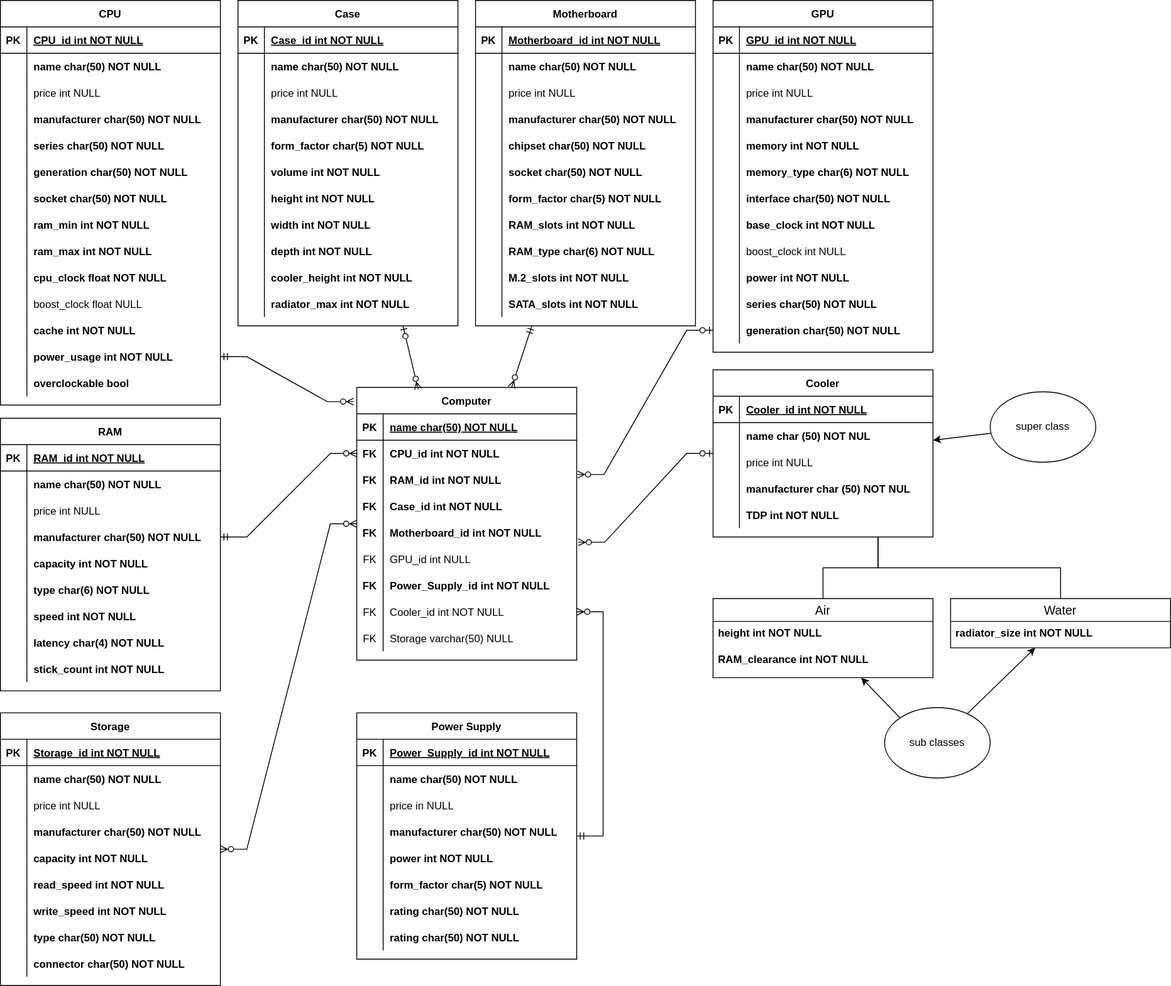
This is diagram/schema.svg from JLukasSamby/pa2_1dv503, a draw.io export, as it was before one commit. Source tidied: cells renumbered, new cells last; positions are measured from the earlier drawing's top-left corner, leaving out a move shared by most shapes.
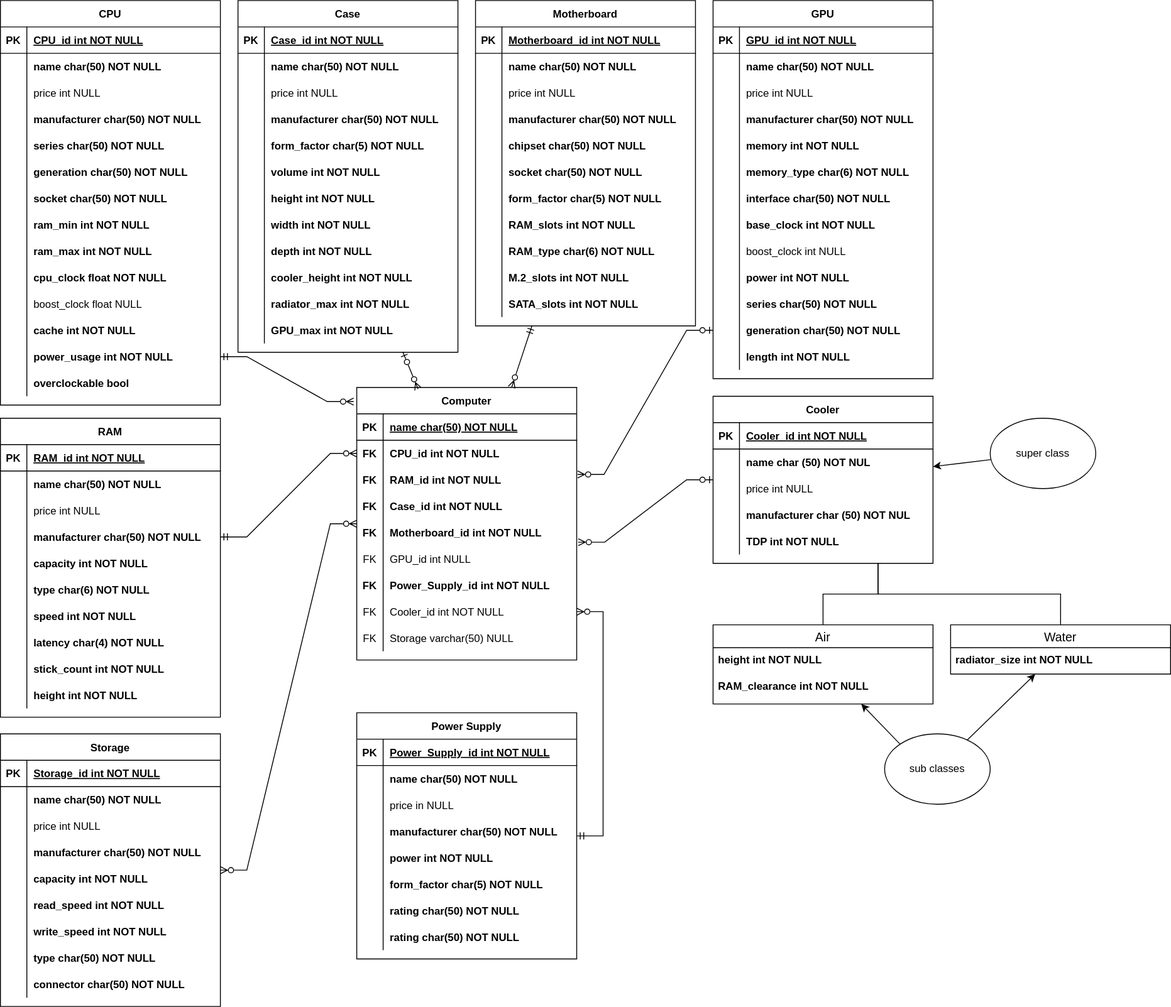
The same diagram one commit later.

Diff of the diagram source:
```diff
@@ -132,7 +132,7 @@
       <mxGeometry x="30" width="220" height="30" as="geometry" />
     </mxCell>
     <mxCell id="45" value="RAM" style="shape=table;startSize=30;rowLines=0;fontStyle=1;align=center;" parent="1" vertex="1">
-      <mxGeometry y="475" width="250" height="310" as="geometry" />
+      <mxGeometry y="475" width="250" height="340" as="geometry" />
     </mxCell>
     <mxCell id="46" style="shape=tableRow;horizontal=0;startSize=0;swimlaneHead=0;swimlaneBody=0;fillColor=none;top=0;left=0;right=0;bottom=1;" parent="45" vertex="1">
       <mxGeometry y="30" width="250" height="30" as="geometry" />
@@ -215,6 +215,15 @@
     <mxCell id="72" value="stick_count int NOT NULL" style="shape=partialRectangle;fillColor=none;top=0;left=0;bottom=0;right=0;align=left;spacingLeft=6;overflow=hidden;fontStyle=1;" parent="70" vertex="1">
       <mxGeometry x="30" width="220" height="30" as="geometry" />
     </mxCell>
+    <mxCell id="295" style="shape=tableRow;horizontal=0;startSize=0;swimlaneHead=0;swimlaneBody=0;fillColor=none;top=0;left=0;right=0;bottom=0;" parent="45" vertex="1">
+      <mxGeometry y="300" width="250" height="30" as="geometry" />
+    </mxCell>
+    <mxCell id="296" style="shape=partialRectangle;fillColor=none;top=0;left=0;bottom=0;right=0;overflow=hidden;" parent="295" vertex="1">
+      <mxGeometry width="30" height="30" as="geometry" />
+    </mxCell>
+    <mxCell id="297" value="height int NOT NULL" style="shape=partialRectangle;fillColor=none;top=0;left=0;bottom=0;right=0;align=left;spacingLeft=6;overflow=hidden;fontStyle=1;" parent="295" vertex="1">
+      <mxGeometry x="30" width="220" height="30" as="geometry" />
+    </mxCell>
     <mxCell id="73" value="Motherboard" style="shape=table;startSize=30;rowLines=0;fontStyle=1;align=center;" parent="1" vertex="1">
       <mxGeometry x="540" width="250" height="370" as="geometry" />
     </mxCell>
@@ -318,7 +327,7 @@
       <mxGeometry x="30" width="220" height="30" as="geometry" />
     </mxCell>
     <mxCell id="107" value="Case" style="shape=table;startSize=30;rowLines=0;fontStyle=1;align=center;" parent="1" vertex="1">
-      <mxGeometry x="270" width="250" height="370" as="geometry" />
+      <mxGeometry x="270" width="250" height="400" as="geometry" />
     </mxCell>
     <mxCell id="108" style="shape=tableRow;horizontal=0;startSize=0;swimlaneHead=0;swimlaneBody=0;fillColor=none;top=0;left=0;right=0;bottom=1;" parent="107" vertex="1">
       <mxGeometry y="30" width="250" height="30" as="geometry" />
@@ -419,6 +428,15 @@
     <mxCell id="140" value="radiator_max int NOT NULL" style="shape=partialRectangle;fillColor=none;top=0;left=0;bottom=0;right=0;align=left;spacingLeft=6;overflow=hidden;fontStyle=1;" parent="138" vertex="1">
       <mxGeometry x="30" width="220" height="30" as="geometry" />
     </mxCell>
+    <mxCell id="298" style="shape=tableRow;horizontal=0;startSize=0;swimlaneHead=0;swimlaneBody=0;fillColor=none;top=0;left=0;right=0;bottom=0;" parent="107" vertex="1">
+      <mxGeometry y="360" width="250" height="30" as="geometry" />
+    </mxCell>
+    <mxCell id="299" style="shape=partialRectangle;fillColor=none;top=0;left=0;bottom=0;right=0;overflow=hidden;" parent="298" vertex="1">
+      <mxGeometry width="30" height="30" as="geometry" />
+    </mxCell>
+    <mxCell id="300" value="GPU_max int NOT NULL" style="shape=partialRectangle;fillColor=none;top=0;left=0;bottom=0;right=0;align=left;spacingLeft=6;overflow=hidden;fontStyle=1;" parent="298" vertex="1">
+      <mxGeometry x="30" width="220" height="30" as="geometry" />
+    </mxCell>
     <mxCell id="141" value="Power Supply" style="shape=table;startSize=30;rowLines=0;fontStyle=1;align=center;" parent="1" vertex="1">
       <mxGeometry x="405" y="810" width="250" height="280" as="geometry" />
     </mxCell>
@@ -495,7 +513,7 @@
       <mxGeometry x="30" width="220" height="30" as="geometry" />
     </mxCell>
     <mxCell id="166" value="GPU" style="shape=table;startSize=30;rowLines=0;fontStyle=1;align=center;" parent="1" vertex="1">
-      <mxGeometry x="810" width="250" height="400" as="geometry" />
+      <mxGeometry x="810" width="250" height="430" as="geometry" />
     </mxCell>
     <mxCell id="167" style="shape=tableRow;horizontal=0;startSize=0;swimlaneHead=0;swimlaneBody=0;fillColor=none;top=0;left=0;right=0;bottom=1;" parent="166" vertex="1">
       <mxGeometry y="30" width="250" height="30" as="geometry" />
@@ -605,8 +623,17 @@
     <mxCell id="202" value="generation char(50) NOT NULL" style="shape=partialRectangle;fillColor=none;top=0;left=0;bottom=0;right=0;align=left;spacingLeft=6;overflow=hidden;fontStyle=1;" parent="200" vertex="1">
       <mxGeometry x="30" width="220" height="30" as="geometry" />
     </mxCell>
+    <mxCell id="301" style="shape=tableRow;horizontal=0;startSize=0;swimlaneHead=0;swimlaneBody=0;fillColor=none;top=0;left=0;right=0;bottom=0;" parent="166" vertex="1">
+      <mxGeometry y="390" width="250" height="30" as="geometry" />
+    </mxCell>
+    <mxCell id="302" style="shape=partialRectangle;fillColor=none;top=0;left=0;bottom=0;right=0;overflow=hidden;" parent="301" vertex="1">
+      <mxGeometry width="30" height="30" as="geometry" />
+    </mxCell>
+    <mxCell id="303" value="length int NOT NULL" style="shape=partialRectangle;fillColor=none;top=0;left=0;bottom=0;right=0;align=left;spacingLeft=6;overflow=hidden;fontStyle=1;" parent="301" vertex="1">
+      <mxGeometry x="30" width="220" height="30" as="geometry" />
+    </mxCell>
     <mxCell id="203" value="Storage" style="shape=table;startSize=30;rowLines=0;fontStyle=1;align=center;" parent="1" vertex="1">
-      <mxGeometry y="810" width="250" height="310" as="geometry" />
+      <mxGeometry y="834" width="250" height="310" as="geometry" />
     </mxCell>
     <mxCell id="204" style="shape=tableRow;horizontal=0;startSize=0;swimlaneHead=0;swimlaneBody=0;fillColor=none;top=0;left=0;right=0;bottom=1;" parent="203" vertex="1">
       <mxGeometry y="30" width="250" height="30" as="geometry" />
@@ -690,7 +717,7 @@
       <mxGeometry x="30" width="220" height="30" as="geometry" />
     </mxCell>
     <mxCell id="231" value="Cooler" style="shape=table;startSize=30;rowLines=0;fontStyle=1;align=center;" parent="1" vertex="1">
-      <mxGeometry x="810" y="420" width="250" height="190" as="geometry" />
+      <mxGeometry x="810" y="450" width="250" height="190" as="geometry" />
     </mxCell>
     <mxCell id="232" style="shape=tableRow;horizontal=0;startSize=0;swimlaneHead=0;swimlaneBody=0;fillColor=none;top=0;left=0;right=0;bottom=1;" parent="231" vertex="1">
       <mxGeometry y="30" width="250" height="30" as="geometry" />
@@ -738,7 +765,7 @@
       <mxGeometry x="30" width="220" height="30" as="geometry" />
     </mxCell>
     <mxCell id="247" value="Air" style="swimlane;fontStyle=0;horizontal=1;startSize=26;align=center;fontSize=14;" parent="1" vertex="1">
-      <mxGeometry x="810" y="680" width="250" height="90" as="geometry" />
+      <mxGeometry x="810" y="710" width="250" height="90" as="geometry" />
     </mxCell>
     <mxCell id="248" value="height int NOT NULL" style="text;strokeColor=none;fillColor=none;spacingLeft=4;spacingRight=4;overflow=hidden;fontSize=12;fontStyle=1;" parent="247" vertex="1">
       <mxGeometry y="26" width="250" height="30" as="geometry" />
@@ -747,7 +774,7 @@
       <mxGeometry y="56" width="250" height="34" as="geometry" />
     </mxCell>
     <mxCell id="250" value="Water" style="swimlane;fontStyle=0;horizontal=1;startSize=26;align=center;fontSize=14;" parent="1" vertex="1">
-      <mxGeometry x="1080" y="680" width="250" height="56" as="geometry" />
+      <mxGeometry x="1080" y="710" width="250" height="56" as="geometry" />
     </mxCell>
     <mxCell id="251" value="radiator_size int NOT NULL" style="text;strokeColor=none;fillColor=none;spacingLeft=4;spacingRight=4;overflow=hidden;fontSize=12;fontStyle=1;" parent="250" vertex="1">
       <mxGeometry y="26" width="250" height="30" as="geometry" />
@@ -759,13 +786,13 @@
       <mxGeometry relative="1" as="geometry" />
     </mxCell>
     <mxCell id="254" value="super class" style="ellipse;whiteSpace=wrap;html=1;" parent="1" vertex="1">
-      <mxGeometry x="1125" y="445" width="120" height="80" as="geometry" />
+      <mxGeometry x="1125" y="475" width="120" height="80" as="geometry" />
     </mxCell>
     <mxCell id="255" style="endArrow=classic;html=1;rounded=0;" parent="1" edge="1" source="254" target="231">
       <mxGeometry relative="1" as="geometry" />
     </mxCell>
     <mxCell id="256" value="sub classes" style="ellipse;whiteSpace=wrap;html=1;" parent="1" vertex="1">
-      <mxGeometry x="1005" y="804" width="120" height="80" as="geometry" />
+      <mxGeometry x="1005" y="834" width="120" height="80" as="geometry" />
     </mxCell>
     <mxCell id="257" style="endArrow=classic;html=1;rounded=0;" parent="1" edge="1" source="256" target="250">
       <mxGeometry relative="1" as="geometry" />
```
